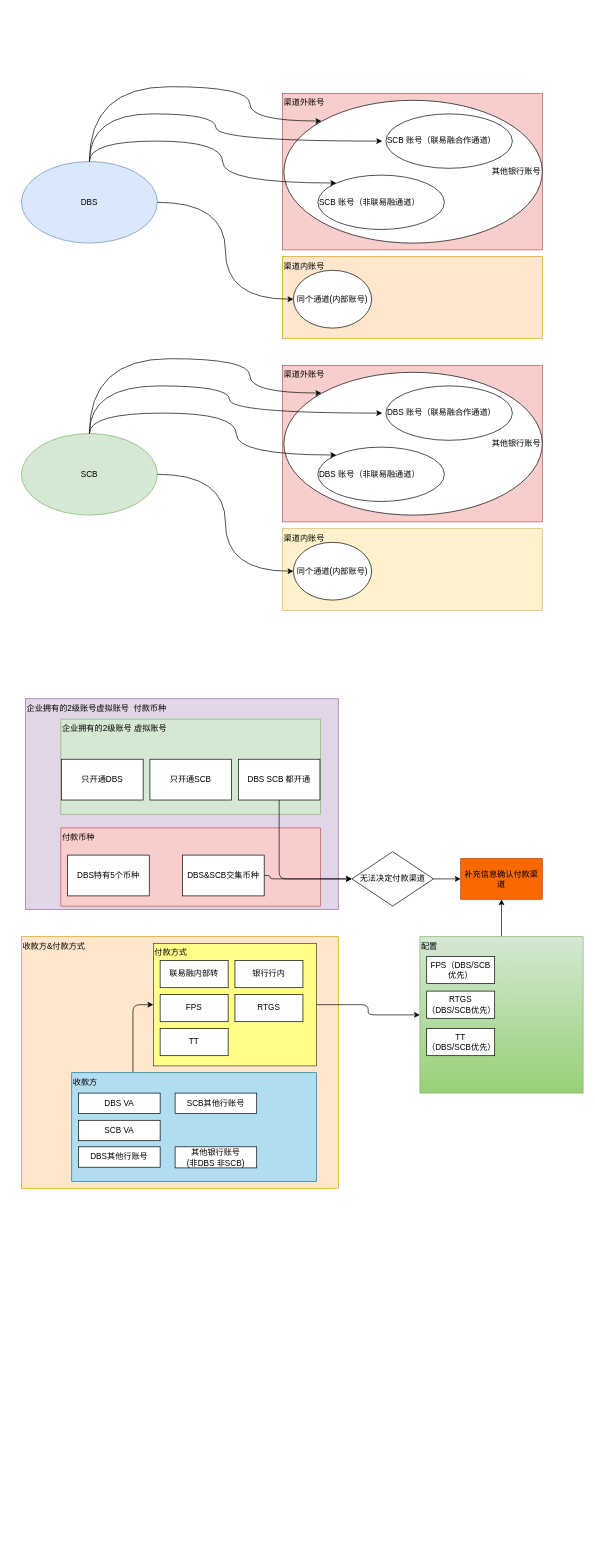
This is LLSI/支付通道付款路由.drawio from 0573xieguojia/To-program, a draw.io file, before an edit. Source tidied: cells renumbered, new cells numbered last; positions are measured from the earlier drawing's top-left corner, leaving out a move shared by most shapes. Both pictures are drawn from the tidied source at 68%, with x=0, y=0 at pixel (21, 86).
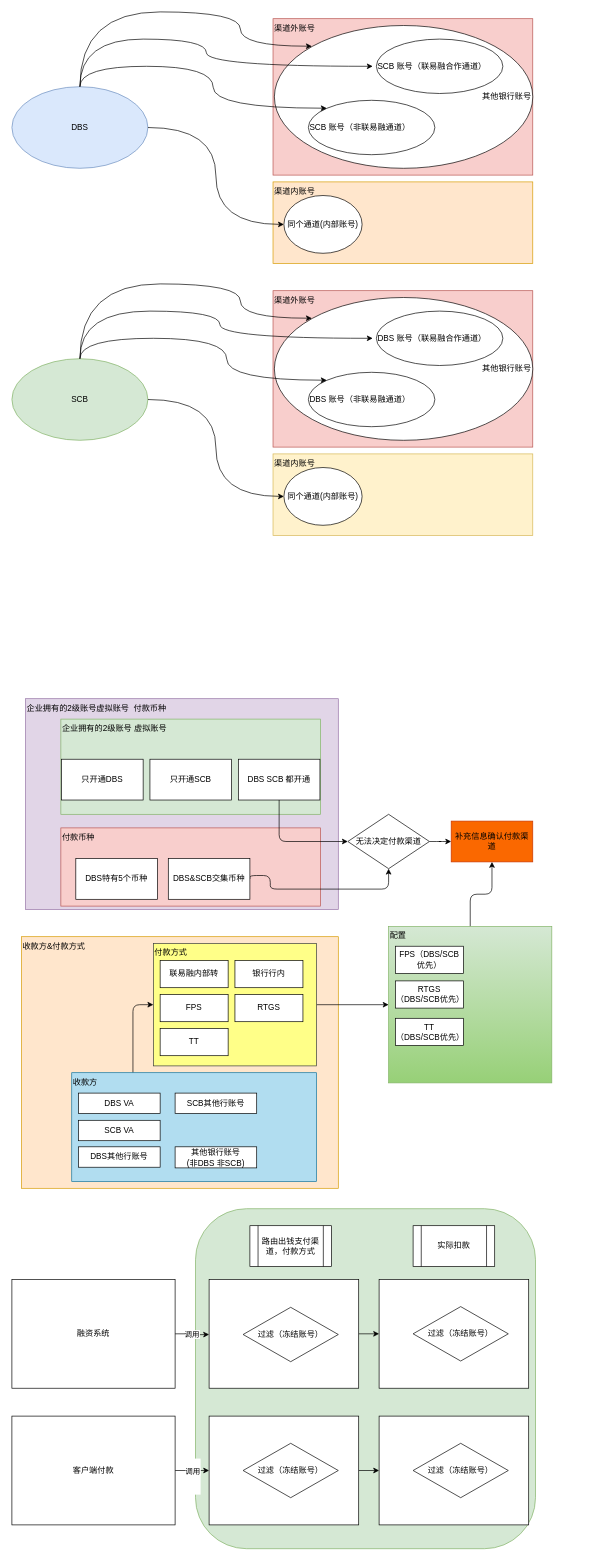
After the change.

Commit message:
更新支付通道付款路由.drawio

Unchanged cells that the change refers to:
```xml
<mxCell id="36" value="DBS SCB 都开通" style="rounded=0;whiteSpace=wrap;html=1;" parent="1" vertex="1">
  <mxGeometry x="319" y="989" width="120" height="60" as="geometry" />
</mxCell>
```

The edit, as a diff of the source:
```diff
@@
+    <mxCell id="57" style="rounded=1;whiteSpace=wrap;html=1;fillColor=#d5e8d4;strokeColor=#82b366;" parent="1" vertex="1">
+      <mxGeometry x="256" y="1650" width="500" height="500" as="geometry" />
+    </mxCell>
+    <mxCell id="58" style="edgeStyle=orthogonalEdgeStyle;rounded=0;jettySize=auto;html=1;exitX=1;exitY=0.5;exitDx=0;exitDy=0;entryX=0;entryY=0.5;entryDx=0;entryDy=0;" parent="1" edge="1" source="59" target="70">
+      <mxGeometry relative="1" as="geometry" />
+    </mxCell>
+    <mxCell id="59" style="rounded=0;whiteSpace=wrap;html=1;" parent="1" vertex="1">
+      <mxGeometry x="276" y="1955" width="220" height="160" as="geometry" />
+    </mxCell>
+    <mxCell id="60" style="edgeStyle=orthogonalEdgeStyle;rounded=0;jettySize=auto;html=1;exitX=1;exitY=0.5;exitDx=0;exitDy=0;entryX=0;entryY=0.5;entryDx=0;entryDy=0;" parent="1" edge="1" source="61" target="72">
+      <mxGeometry relative="1" as="geometry" />
+    </mxCell>
+    <mxCell id="61" style="rounded=0;whiteSpace=wrap;html=1;" parent="1" vertex="1">
+      <mxGeometry x="276" y="1754" width="220" height="160" as="geometry" />
+    </mxCell>
@@
     <mxCell id="4" value="渠道内账号" style="text;html=1;strokeColor=#d79b00;fillColor=#ffe6cc;align=left;verticalAlign=top;whiteSpace=wrap;rounded=0;strokeWidth=1;" parent="1" vertex="1">
-      <mxGeometry x="384" y="250" width="382" height="120" as="geometry" />
+      <mxGeometry x="370" y="140" width="382" height="120" as="geometry" />
     </mxCell>
     <mxCell id="5" value="渠道外账号" style="text;html=1;strokeColor=#b85450;fillColor=#f8cecc;align=left;verticalAlign=top;whiteSpace=wrap;rounded=0;strokeWidth=1;" parent="1" vertex="1">
-      <mxGeometry x="384" y="10" width="382" height="230" as="geometry" />
+      <mxGeometry x="370" y="-100" width="382" height="230" as="geometry" />
     </mxCell>
     <mxCell id="6" value="其他银行账号" style="strokeWidth=1;html=1;shape=mxgraph.flowchart.start_1;whiteSpace=wrap;align=right;horizontal=1;verticalAlign=middle;rounded=0;" parent="1" vertex="1">
-      <mxGeometry x="386" y="20" width="380" height="210" as="geometry" />
+      <mxGeometry x="372" y="-90" width="380" height="210" as="geometry" />
     </mxCell>
     <mxCell id="7" value="DBS" style="strokeWidth=1;html=1;shape=mxgraph.flowchart.start_1;whiteSpace=wrap;align=center;horizontal=1;verticalAlign=middle;fillColor=#dae8fc;strokeColor=#6c8ebf;rounded=0;" parent="1" vertex="1">
-      <mxGeometry y="110" width="200" height="120" as="geometry" />
+      <mxGeometry x="-14" width="200" height="120" as="geometry" />
     </mxCell>
     <mxCell id="8" value="SCB 账号（联易融合作通道）" style="strokeWidth=1;html=1;shape=mxgraph.flowchart.start_1;whiteSpace=wrap;align=left;rounded=0;" parent="1" vertex="1">
-      <mxGeometry x="536" y="40" width="186" height="80" as="geometry" />
+      <mxGeometry x="522" y="-70" width="186" height="80" as="geometry" />
     </mxCell>
     <mxCell id="9" value="同个通道(内部账号)" style="strokeWidth=1;html=1;shape=mxgraph.flowchart.start_1;whiteSpace=wrap;rounded=0;" parent="1" vertex="1">
-      <mxGeometry x="400" y="270" width="115" height="85" as="geometry" />
+      <mxGeometry x="386" y="160" width="115" height="85" as="geometry" />
     </mxCell>
@@
     <mxCell id="11" style="edgeStyle=orthogonalEdgeStyle;rounded=0;jettySize=auto;html=1;entryX=0.145;entryY=0.145;entryDx=0;entryDy=0;entryPerimeter=0;curved=1;exitX=0.5;exitY=0;exitDx=0;exitDy=0;exitPerimeter=0;strokeWidth=1;" parent="1" edge="1" source="7" target="6">
       <mxGeometry relative="1" as="geometry">
         <Array as="points">
-          <mxPoint x="100" />
-          <mxPoint x="336" />
-          <mxPoint x="336" y="50" />
+          <mxPoint x="86" y="-110" />
+          <mxPoint x="322" y="-110" />
+          <mxPoint x="322" y="-60" />
         </Array>
       </mxGeometry>
     </mxCell>
     <mxCell id="12" style="edgeStyle=orthogonalEdgeStyle;rounded=0;jettySize=auto;html=1;entryX=-0.029;entryY=0.5;entryDx=0;entryDy=0;entryPerimeter=0;curved=1;exitX=0.5;exitY=0;exitDx=0;exitDy=0;exitPerimeter=0;strokeWidth=1;" parent="1" edge="1" source="7" target="8">
       <mxGeometry relative="1" as="geometry">
         <Array as="points">
-          <mxPoint x="100" y="40" />
-          <mxPoint x="286" y="40" />
-          <mxPoint x="286" y="80" />
+          <mxPoint x="86" y="-70" />
+          <mxPoint x="272" y="-70" />
+          <mxPoint x="272" y="-30" />
         </Array>
       </mxGeometry>
     </mxCell>
     <mxCell id="13" value="SCB 账号（非联易融通道）" style="strokeWidth=1;html=1;shape=mxgraph.flowchart.start_1;whiteSpace=wrap;align=left;rounded=0;" parent="1" vertex="1">
-      <mxGeometry x="436" y="130" width="186" height="80" as="geometry" />
+      <mxGeometry x="422" y="20" width="186" height="80" as="geometry" />
     </mxCell>
     <mxCell id="14" style="edgeStyle=orthogonalEdgeStyle;rounded=0;jettySize=auto;html=1;entryX=0.145;entryY=0.145;entryDx=0;entryDy=0;entryPerimeter=0;curved=1;exitX=0.5;exitY=0;exitDx=0;exitDy=0;exitPerimeter=0;strokeWidth=1;" parent="1" edge="1" source="7" target="13">
       <mxGeometry relative="1" as="geometry">
         <Array as="points">
-          <mxPoint x="100" y="80" />
-          <mxPoint x="296" y="80" />
-          <mxPoint x="296" y="142" />
+          <mxPoint x="86" y="-30" />
+          <mxPoint x="282" y="-30" />
+          <mxPoint x="282" y="32" />
         </Array>
       </mxGeometry>
     </mxCell>
     <mxCell id="15" value="渠道内账号" style="text;html=1;strokeColor=#d6b656;fillColor=#fff2cc;align=left;verticalAlign=top;whiteSpace=wrap;rounded=0;strokeWidth=1;" parent="1" vertex="1">
-      <mxGeometry x="384" y="650" width="382" height="120" as="geometry" />
+      <mxGeometry x="370" y="540" width="382" height="120" as="geometry" />
     </mxCell>
     <mxCell id="16" value="渠道外账号" style="text;html=1;strokeColor=#b85450;fillColor=#f8cecc;align=left;verticalAlign=top;whiteSpace=wrap;rounded=0;strokeWidth=1;" parent="1" vertex="1">
-      <mxGeometry x="384" y="410" width="382" height="230" as="geometry" />
+      <mxGeometry x="370" y="300" width="382" height="230" as="geometry" />
     </mxCell>
     <mxCell id="17" value="其他银行账号" style="strokeWidth=1;html=1;shape=mxgraph.flowchart.start_1;whiteSpace=wrap;align=right;horizontal=1;verticalAlign=middle;rounded=0;" parent="1" vertex="1">
-      <mxGeometry x="386" y="420" width="380" height="210" as="geometry" />
+      <mxGeometry x="372" y="310" width="380" height="210" as="geometry" />
     </mxCell>
     <mxCell id="18" value="SCB" style="strokeWidth=1;html=1;shape=mxgraph.flowchart.start_1;whiteSpace=wrap;align=center;horizontal=1;verticalAlign=middle;fillColor=#d5e8d4;strokeColor=#82b366;rounded=0;" parent="1" vertex="1">
-      <mxGeometry y="510" width="200" height="120" as="geometry" />
+      <mxGeometry x="-14" y="400" width="200" height="120" as="geometry" />
     </mxCell>
     <mxCell id="19" value="DBS 账号（联易融合作通道）" style="strokeWidth=1;html=1;shape=mxgraph.flowchart.start_1;whiteSpace=wrap;align=left;rounded=0;" parent="1" vertex="1">
-      <mxGeometry x="536" y="440" width="186" height="80" as="geometry" />
+      <mxGeometry x="522" y="330" width="186" height="80" as="geometry" />
     </mxCell>
     <mxCell id="20" value="同个通道(内部账号)" style="strokeWidth=1;html=1;shape=mxgraph.flowchart.start_1;whiteSpace=wrap;rounded=0;" parent="1" vertex="1">
-      <mxGeometry x="400" y="670" width="115" height="85" as="geometry" />
+      <mxGeometry x="386" y="560" width="115" height="85" as="geometry" />
     </mxCell>
@@
     <mxCell id="22" style="edgeStyle=orthogonalEdgeStyle;rounded=0;jettySize=auto;html=1;entryX=0.145;entryY=0.145;entryDx=0;entryDy=0;entryPerimeter=0;curved=1;exitX=0.5;exitY=0;exitDx=0;exitDy=0;exitPerimeter=0;strokeWidth=1;" parent="1" edge="1" source="18" target="17">
       <mxGeometry relative="1" as="geometry">
         <Array as="points">
-          <mxPoint x="100" y="400" />
-          <mxPoint x="336" y="400" />
-          <mxPoint x="336" y="450" />
+          <mxPoint x="86" y="290" />
+          <mxPoint x="322" y="290" />
+          <mxPoint x="322" y="340" />
         </Array>
       </mxGeometry>
     </mxCell>
     <mxCell id="23" style="edgeStyle=orthogonalEdgeStyle;rounded=0;jettySize=auto;html=1;entryX=-0.029;entryY=0.5;entryDx=0;entryDy=0;entryPerimeter=0;curved=1;exitX=0.5;exitY=0;exitDx=0;exitDy=0;exitPerimeter=0;strokeWidth=1;" parent="1" edge="1" source="18" target="19">
       <mxGeometry relative="1" as="geometry">
         <Array as="points">
-          <mxPoint x="100" y="440" />
-          <mxPoint x="306" y="440" />
-          <mxPoint x="306" y="480" />
+          <mxPoint x="86" y="330" />
+          <mxPoint x="292" y="330" />
+          <mxPoint x="292" y="370" />
         </Array>
       </mxGeometry>
     </mxCell>
     <mxCell id="24" value="DBS&amp;nbsp;账号（非联易融通道）" style="strokeWidth=1;html=1;shape=mxgraph.flowchart.start_1;whiteSpace=wrap;align=left;rounded=0;" parent="1" vertex="1">
-      <mxGeometry x="436" y="530" width="186" height="80" as="geometry" />
+      <mxGeometry x="422" y="420" width="186" height="80" as="geometry" />
     </mxCell>
     <mxCell id="25" style="edgeStyle=orthogonalEdgeStyle;rounded=0;jettySize=auto;html=1;entryX=0.145;entryY=0.145;entryDx=0;entryDy=0;entryPerimeter=0;curved=1;exitX=0.5;exitY=0;exitDx=0;exitDy=0;exitPerimeter=0;strokeWidth=1;" parent="1" edge="1" source="18" target="24">
       <mxGeometry relative="1" as="geometry">
         <Array as="points">
-          <mxPoint x="100" y="480" />
-          <mxPoint x="316" y="480" />
-          <mxPoint x="316" y="542" />
+          <mxPoint x="86" y="370" />
+          <mxPoint x="302" y="370" />
+          <mxPoint x="302" y="432" />
         </Array>
       </mxGeometry>
     </mxCell>
@@
     <mxCell id="38" value="DBS特有5个币种" style="rounded=0;whiteSpace=wrap;html=1;" parent="1" vertex="1">
-      <mxGeometry x="68" y="1130" width="120" height="60" as="geometry" />
+      <mxGeometry x="80" y="1135" width="120" height="60" as="geometry" />
     </mxCell>
     <mxCell id="39" style="edgeStyle=orthogonalEdgeStyle;jettySize=auto;html=1;exitX=1;exitY=0.5;exitDx=0;exitDy=0;" parent="1" edge="1" source="40" target="54">
       <mxGeometry relative="1" as="geometry">
         <Array as="points">
+          <mxPoint x="336" y="1160" />
           <mxPoint x="366" y="1160" />
-          <mxPoint x="366" y="1165" />
+          <mxPoint x="366" y="1180" />
+          <mxPoint x="540" y="1180" />
         </Array>
       </mxGeometry>
     </mxCell>
     <mxCell id="40" value="DBS&amp;amp;SCB交集币种" style="rounded=0;whiteSpace=wrap;html=1;" parent="1" vertex="1">
-      <mxGeometry x="237" y="1130" width="120" height="60" as="geometry" />
+      <mxGeometry x="216" y="1135" width="120" height="60" as="geometry" />
     </mxCell>
@@
     <mxCell id="49" value="配置" style="text;html=1;strokeColor=#82b366;fillColor=#d5e8d4;align=left;verticalAlign=top;whiteSpace=wrap;rounded=0;strokeWidth=1;gradientColor=#97d077;" parent="1" vertex="1">
-      <mxGeometry x="586" y="1250" width="240" height="230" as="geometry" />
+      <mxGeometry x="540" y="1235" width="240" height="230" as="geometry" />
     </mxCell>
     <mxCell id="50" value="FPS（DBS/SCB优先）" style="rounded=0;whiteSpace=wrap;html=1;" parent="1" vertex="1">
-      <mxGeometry x="596" y="1279" width="100" height="40" as="geometry" />
+      <mxGeometry x="550" y="1264" width="100" height="40" as="geometry" />
     </mxCell>
     <mxCell id="51" value="RTGS&lt;br&gt;（DBS/SCB优先）" style="rounded=0;whiteSpace=wrap;html=1;" parent="1" vertex="1">
-      <mxGeometry x="596" y="1330" width="100" height="40" as="geometry" />
+      <mxGeometry x="550" y="1315" width="100" height="40" as="geometry" />
     </mxCell>
     <mxCell id="52" value="TT&lt;br&gt;（DBS/SCB优先）" style="rounded=0;whiteSpace=wrap;html=1;" parent="1" vertex="1">
-      <mxGeometry x="596" y="1385" width="100" height="40" as="geometry" />
+      <mxGeometry x="550" y="1370" width="100" height="40" as="geometry" />
     </mxCell>
@@
     <mxCell id="54" value="无法决定付款渠道" style="rhombus;whiteSpace=wrap;html=1;" parent="1" vertex="1">
-      <mxGeometry x="486" y="1125" width="120" height="80" as="geometry" />
+      <mxGeometry x="480" y="1070" width="120" height="80" as="geometry" />
     </mxCell>
     <mxCell id="55" style="edgeStyle=orthogonalEdgeStyle;jettySize=auto;html=1;exitX=0.5;exitY=1;exitDx=0;exitDy=0;entryX=0;entryY=0.5;entryDx=0;entryDy=0;" parent="1" edge="1" source="36" target="54">
       <mxGeometry relative="1" as="geometry">
         <Array as="points">
-          <mxPoint x="379" y="1165" />
+          <mxPoint x="379" y="1110" />
         </Array>
       </mxGeometry>
     </mxCell>
     <mxCell id="56" value="补充信息确认付款渠道" style="rounded=0;whiteSpace=wrap;html=1;fillColor=#fa6800;fontColor=#000000;strokeColor=#C73500;" parent="1" vertex="1">
-      <mxGeometry x="646" y="1135" width="120" height="60" as="geometry" />
+      <mxGeometry x="632" y="1080" width="120" height="60" as="geometry" />
     </mxCell>
+    <mxCell id="62" value="调用" style="edgeStyle=orthogonalEdgeStyle;rounded=0;jettySize=auto;html=1;exitX=1;exitY=0.5;exitDx=0;exitDy=0;" parent="1" edge="1" source="63">
+      <mxGeometry relative="1" as="geometry">
+        <mxPoint x="276" y="1835" as="targetPoint" />
+      </mxGeometry>
+    </mxCell>
+    <mxCell id="63" value="融资系统" style="rounded=0;whiteSpace=wrap;html=1;" parent="1" vertex="1">
+      <mxGeometry x="-14" y="1754" width="240" height="160" as="geometry" />
+    </mxCell>
+    <mxCell id="64" value="&#10;&lt;span style=&quot;color: rgb(0, 0, 0); font-family: Helvetica; font-size: 11px; font-style: normal; font-variant-ligatures: normal; font-variant-caps: normal; font-weight: 400; letter-spacing: normal; orphans: 2; text-align: center; text-indent: 0px; text-transform: none; widows: 2; word-spacing: 0px; -webkit-text-stroke-width: 0px; background-color: rgb(255, 255, 255); text-decoration-thickness: initial; text-decoration-style: initial; text-decoration-color: initial; float: none; display: inline !important;&quot;&gt;调用&lt;/span&gt;&#10;&#10;" style="edgeStyle=orthogonalEdgeStyle;rounded=0;jettySize=auto;html=1;exitX=1;exitY=0.5;exitDx=0;exitDy=0;" parent="1" edge="1" source="65">
+      <mxGeometry x="0.01" y="-9" relative="1" as="geometry">
+        <mxPoint x="276" y="2035" as="targetPoint" />
+      </mxGeometry>
+    </mxCell>
+    <mxCell id="65" value="客户端付款" style="rounded=0;whiteSpace=wrap;html=1;" parent="1" vertex="1">
+      <mxGeometry x="-14" y="1955" width="240" height="160" as="geometry" />
+    </mxCell>
+    <mxCell id="66" value="路由出钱支付渠道，付款方式" style="shape=process;whiteSpace=wrap;html=1;backgroundOutline=1;" parent="1" vertex="1">
+      <mxGeometry x="336" y="1675" width="120" height="60" as="geometry" />
+    </mxCell>
+    <mxCell id="67" value="过滤（冻结账号）" style="rhombus;whiteSpace=wrap;html=1;" parent="1" vertex="1">
+      <mxGeometry x="326" y="1795" width="140" height="80" as="geometry" />
+    </mxCell>
+    <mxCell id="68" value="实际扣款" style="shape=process;whiteSpace=wrap;html=1;backgroundOutline=1;" parent="1" vertex="1">
+      <mxGeometry x="576" y="1675" width="120" height="60" as="geometry" />
+    </mxCell>
+    <mxCell id="69" value="过滤（冻结账号）" style="rhombus;whiteSpace=wrap;html=1;" parent="1" vertex="1">
+      <mxGeometry x="326" y="1995" width="140" height="80" as="geometry" />
+    </mxCell>
+    <mxCell id="70" style="rounded=0;whiteSpace=wrap;html=1;" parent="1" vertex="1">
+      <mxGeometry x="526" y="1955" width="220" height="160" as="geometry" />
+    </mxCell>
+    <mxCell id="71" value="过滤（冻结账号）" style="rhombus;whiteSpace=wrap;html=1;" parent="1" vertex="1">
+      <mxGeometry x="576" y="1995" width="140" height="80" as="geometry" />
+    </mxCell>
+    <mxCell id="72" style="rounded=0;whiteSpace=wrap;html=1;" parent="1" vertex="1">
+      <mxGeometry x="526" y="1754" width="220" height="160" as="geometry" />
+    </mxCell>
+    <mxCell id="73" value="过滤（冻结账号）" style="rhombus;whiteSpace=wrap;html=1;" parent="1" vertex="1">
+      <mxGeometry x="576" y="1794" width="140" height="80" as="geometry" />
+    </mxCell>
```
